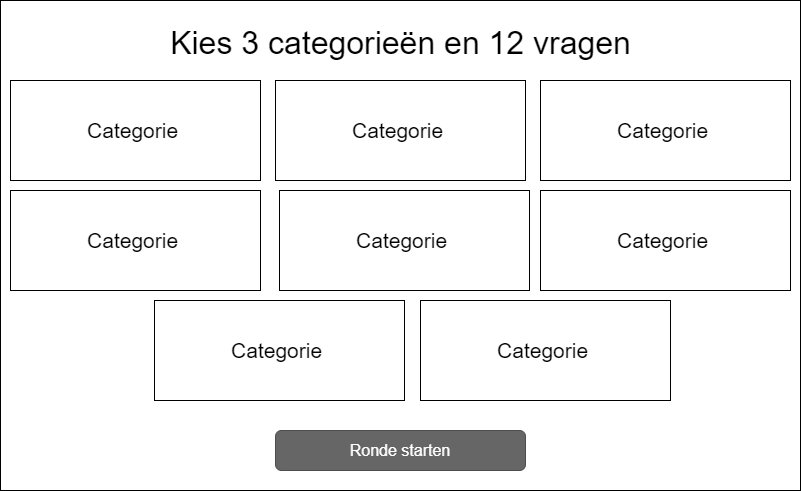
Earlier version of the draw.io export Software Guidebook/wireframes/wireframes-Master (category select).png (Patrickroelofs/HANICA-DWA-Quizzer). Source tidied: cells renumbered, new cells last; positions are measured from the earlier drawing's top-left corner, leaving out a move shared by most shapes.
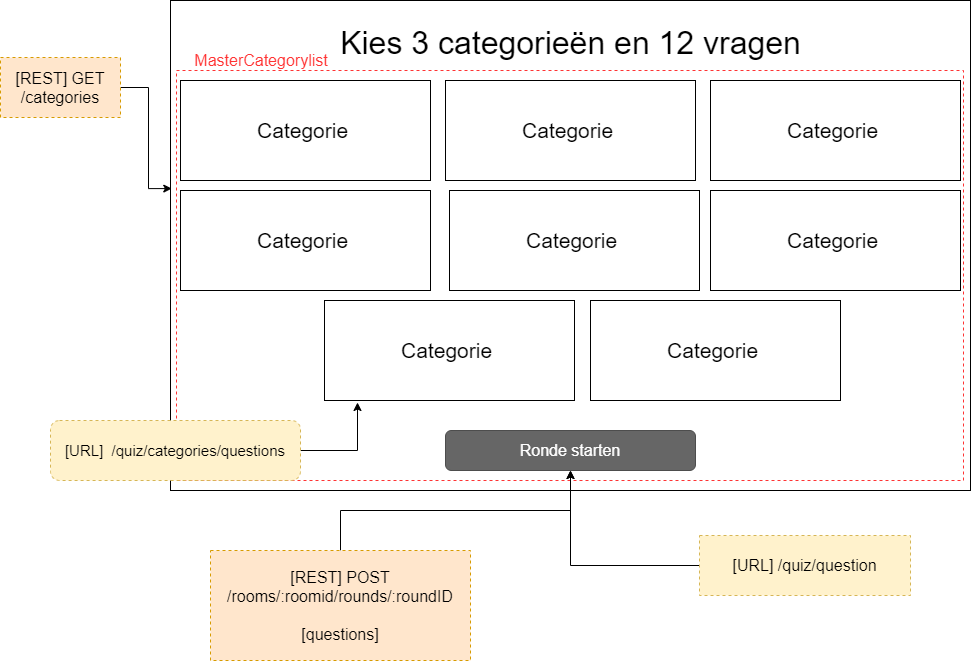
Above is the later version.

Diff of the diagram source:
```diff
@@ -5,6 +5,9 @@
     <mxCell id="2" style="rounded=0;whiteSpace=wrap;html=1;strokeColor=#000000;fillColor=#ffffff;fontSize=20;" parent="1" vertex="1">
       <mxGeometry width="800" height="490" as="geometry" />
     </mxCell>
+    <mxCell id="29" style="rounded=0;whiteSpace=wrap;html=1;dashed=1;labelBackgroundColor=none;strokeColor=#FF3333;fillColor=none;fontSize=16;fontColor=#FF3333;align=center;" parent="1" vertex="1">
+      <mxGeometry x="6" y="70" width="787" height="410" as="geometry" />
+    </mxCell>
     <mxCell id="3" value="&lt;font style=&quot;font-size: 32px&quot;&gt;Kies 3 categorieën en 12 vragen&lt;/font&gt;" style="text;html=1;align=center;verticalAlign=middle;fillColor=none;strokeColor=none;rounded=0;fontSize=20;" parent="1" vertex="1">
       <mxGeometry x="160" y="27" width="480" height="30" as="geometry" />
     </mxCell>
@@ -83,5 +86,32 @@
     <mxCell id="28" value="Categorie&amp;nbsp;" style="text;html=1;align=center;verticalAlign=middle;fillColor=none;strokeColor=none;rounded=0;fontSize=21;" parent="26" vertex="1">
       <mxGeometry x="70" y="35" width="110" height="30" as="geometry" />
     </mxCell>
+    <mxCell id="30" style="edgeStyle=orthogonalEdgeStyle;rounded=0;jettySize=auto;html=1;entryX=0.132;entryY=1.02;entryDx=0;entryDy=0;entryPerimeter=0;fontSize=16;fontColor=#FF3333;" parent="1" edge="1" source="31" target="27">
+      <mxGeometry relative="1" as="geometry" />
+    </mxCell>
+    <mxCell id="31" value="&lt;span style=&quot;font-size: 15px&quot;&gt;[URL]&amp;nbsp; /quiz/categories/questions&lt;/span&gt;" style="rounded=1;whiteSpace=wrap;html=1;dashed=1;labelBackgroundColor=none;strokeColor=#d6b656;fillColor=#fff2cc;fontSize=16;align=center;" parent="1" vertex="1">
+      <mxGeometry x="-120" y="420" width="250" height="60" as="geometry" />
+    </mxCell>
+    <mxCell id="32" style="edgeStyle=orthogonalEdgeStyle;rounded=0;jettySize=auto;html=1;entryX=0.5;entryY=1;entryDx=0;entryDy=0;fontSize=16;fontColor=#FF3333;" parent="1" edge="1" source="33" target="7">
+      <mxGeometry relative="1" as="geometry" />
+    </mxCell>
+    <mxCell id="33" value="[REST] POST&lt;br&gt;/rooms/:roomid/rounds/:roundID&lt;br&gt;&lt;br&gt;[questions]" style="rounded=0;whiteSpace=wrap;html=1;dashed=1;labelBackgroundColor=none;strokeColor=#d79b00;fillColor=#ffe6cc;fontSize=16;align=center;" parent="1" vertex="1">
+      <mxGeometry x="40" y="550" width="260" height="110" as="geometry" />
+    </mxCell>
+    <mxCell id="34" value="MasterCategorylist" style="text;html=1;strokeColor=none;fillColor=none;align=center;verticalAlign=middle;whiteSpace=wrap;rounded=0;dashed=1;labelBackgroundColor=none;fontSize=16;fontColor=#FF3333;" parent="1" vertex="1">
+      <mxGeometry x="6" y="50" width="170" height="20" as="geometry" />
+    </mxCell>
+    <mxCell id="35" style="edgeStyle=orthogonalEdgeStyle;rounded=0;jettySize=auto;html=1;entryX=0.5;entryY=1;entryDx=0;entryDy=0;fontSize=16;fontColor=#FF9933;" parent="1" edge="1" source="36" target="7">
+      <mxGeometry relative="1" as="geometry" />
+    </mxCell>
+    <mxCell id="36" value="[URL] /quiz/question" style="rounded=0;whiteSpace=wrap;html=1;dashed=1;labelBackgroundColor=none;strokeColor=#d6b656;fillColor=#fff2cc;fontSize=16;align=center;" parent="1" vertex="1">
+      <mxGeometry x="529" y="535" width="211" height="60" as="geometry" />
+    </mxCell>
+    <mxCell id="37" style="edgeStyle=orthogonalEdgeStyle;rounded=0;jettySize=auto;html=1;entryX=-0.006;entryY=0.288;entryDx=0;entryDy=0;entryPerimeter=0;fontSize=16;fontColor=#FF3333;" parent="1" edge="1" source="38" target="29">
+      <mxGeometry relative="1" as="geometry" />
+    </mxCell>
+    <mxCell id="38" value="[REST] GET&lt;br&gt;/categories" style="rounded=0;whiteSpace=wrap;html=1;dashed=1;labelBackgroundColor=none;strokeColor=#d79b00;fillColor=#ffe6cc;fontSize=16;align=center;" parent="1" vertex="1">
+      <mxGeometry x="-170" y="57" width="120" height="60" as="geometry" />
+    </mxCell>
   </root>
 </mxGraphModel>
```
